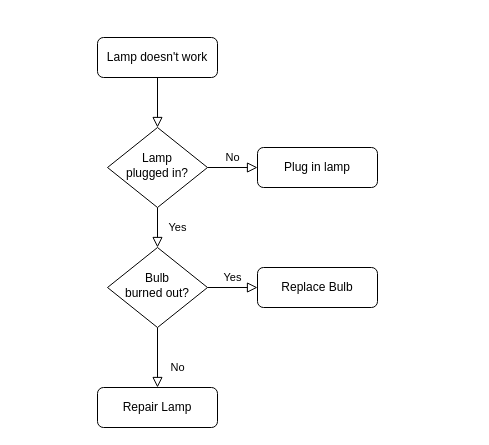
Earlier version of the draw.io diagram 未命名绘图.drawio (cuiyubao/img). Source tidied: cells renumbered, new cells numbered last; positions are measured from the earlier drawing's top-left corner, leaving out a move shared by most shapes. Both pictures are drawn from the tidied source at 100%, with x=0, y=0 at pixel (97, 37).
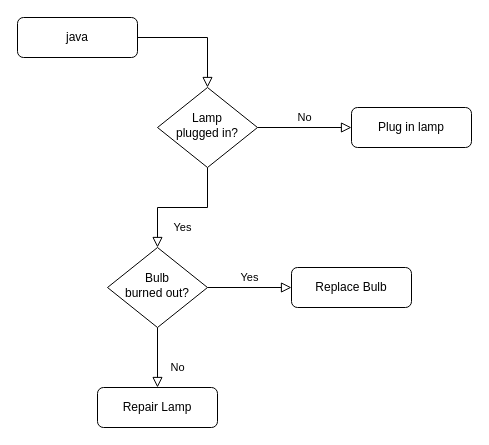
The same page after the edit.

The edit, as a diff of the source:
```diff
@@
 <mxGraphModel>
   <root>
     <mxCell id="0" />
     <mxCell id="1" parent="0" />
     <mxCell id="2" style="rounded=0;html=1;jettySize=auto;fontSize=11;endArrow=block;endFill=0;endSize=8;strokeWidth=1;shadow=0;labelBackgroundColor=none;edgeStyle=orthogonalEdgeStyle;" parent="1" edge="1" source="3" target="6">
       <mxGeometry relative="1" as="geometry" />
     </mxCell>
-    <mxCell id="3" value="Lamp doesn't work" style="rounded=1;whiteSpace=wrap;html=1;fontSize=12;glass=0;strokeWidth=1;shadow=0;" parent="1" vertex="1">
-      <mxGeometry width="120" height="40" as="geometry" />
+    <mxCell id="3" value="java&lt;br&gt;" style="rounded=1;whiteSpace=wrap;html=1;fontSize=12;glass=0;strokeWidth=1;shadow=0;" parent="1" vertex="1">
+      <mxGeometry x="-80" y="-20" width="120" height="40" as="geometry" />
     </mxCell>
     <mxCell id="4" value="Yes" style="rounded=0;html=1;jettySize=auto;fontSize=11;endArrow=block;endFill=0;endSize=8;strokeWidth=1;shadow=0;labelBackgroundColor=none;edgeStyle=orthogonalEdgeStyle;" parent="1" edge="1" source="6" target="10">
       <mxGeometry y="20" relative="1" as="geometry" />
     </mxCell>
     <mxCell id="5" value="No" style="edgeStyle=orthogonalEdgeStyle;rounded=0;html=1;jettySize=auto;fontSize=11;endArrow=block;endFill=0;endSize=8;strokeWidth=1;shadow=0;labelBackgroundColor=none;" parent="1" edge="1" source="6" target="7">
       <mxGeometry y="10" relative="1" as="geometry" />
     </mxCell>
     <mxCell id="6" value="Lamp&lt;br&gt;plugged in?" style="rhombus;whiteSpace=wrap;html=1;shadow=0;fontFamily=Helvetica;fontSize=12;align=center;strokeWidth=1;spacing=6;spacingTop=-4;" parent="1" vertex="1">
-      <mxGeometry x="10" y="90" width="100" height="80" as="geometry" />
+      <mxGeometry x="60" y="50" width="100" height="80" as="geometry" />
     </mxCell>
     <mxCell id="7" value="Plug in lamp" style="rounded=1;whiteSpace=wrap;html=1;fontSize=12;glass=0;strokeWidth=1;shadow=0;" parent="1" vertex="1">
-      <mxGeometry x="160" y="110" width="120" height="40" as="geometry" />
+      <mxGeometry x="254" y="70" width="120" height="40" as="geometry" />
     </mxCell>
     <mxCell id="8" value="No" style="rounded=0;html=1;jettySize=auto;fontSize=11;endArrow=block;endFill=0;endSize=8;strokeWidth=1;shadow=0;labelBackgroundColor=none;edgeStyle=orthogonalEdgeStyle;" parent="1" edge="1" source="10" target="11">
       <mxGeometry x="0.33" y="20" relative="1" as="geometry" />
     </mxCell>
     <mxCell id="9" value="Yes" style="edgeStyle=orthogonalEdgeStyle;rounded=0;html=1;jettySize=auto;fontSize=11;endArrow=block;endFill=0;endSize=8;strokeWidth=1;shadow=0;labelBackgroundColor=none;" parent="1" edge="1" source="10" target="12">
       <mxGeometry y="10" relative="1" as="geometry" />
     </mxCell>
     <mxCell id="10" value="Bulb&lt;br&gt;burned out?" style="rhombus;whiteSpace=wrap;html=1;shadow=0;fontFamily=Helvetica;fontSize=12;align=center;strokeWidth=1;spacing=6;spacingTop=-4;" parent="1" vertex="1">
       <mxGeometry x="10" y="210" width="100" height="80" as="geometry" />
     </mxCell>
     <mxCell id="11" value="Repair Lamp" style="rounded=1;whiteSpace=wrap;html=1;fontSize=12;glass=0;strokeWidth=1;shadow=0;" parent="1" vertex="1">
       <mxGeometry y="350" width="120" height="40" as="geometry" />
     </mxCell>
     <mxCell id="12" value="Replace Bulb" style="rounded=1;whiteSpace=wrap;html=1;fontSize=12;glass=0;strokeWidth=1;shadow=0;" parent="1" vertex="1">
-      <mxGeometry x="160" y="230" width="120" height="40" as="geometry" />
+      <mxGeometry x="194" y="230" width="120" height="40" as="geometry" />
     </mxCell>
   </root>
 </mxGraphModel>
```
